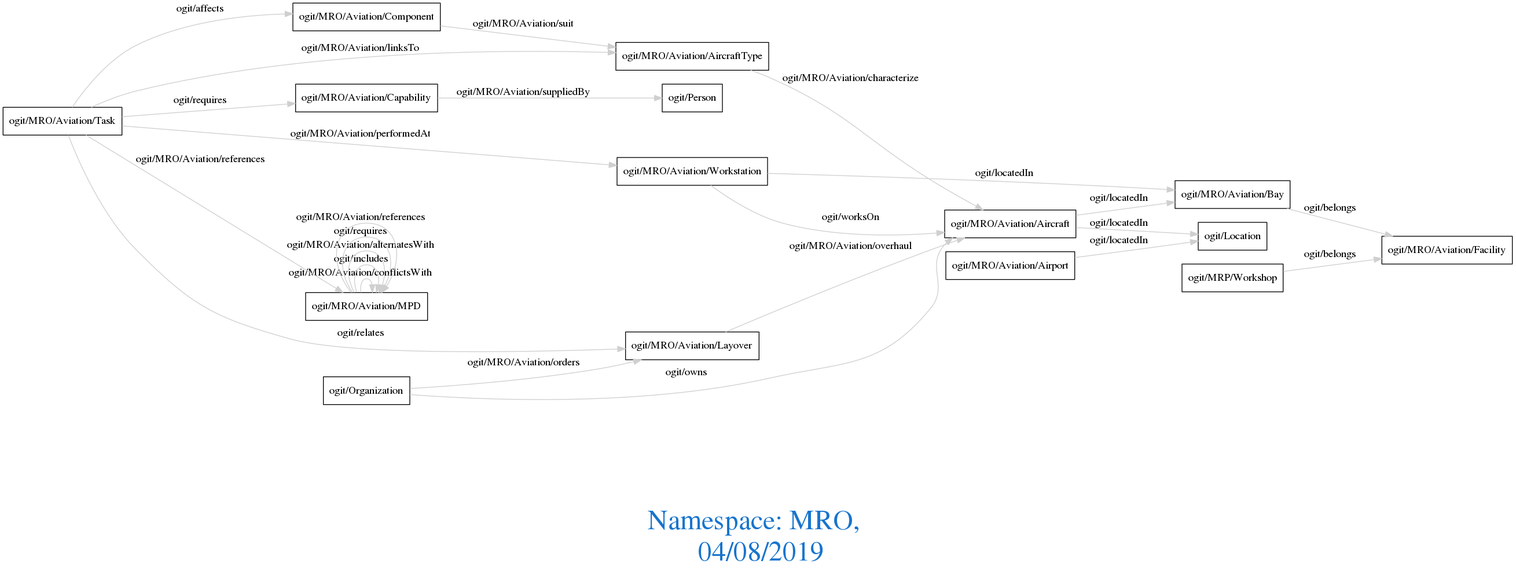
arago/OGIT keeps this Graphviz diagram as downloads/MRO.png. Above is the earlier version. Its source is kept beside it as downloads/MRO.dot. Source of this version:
```dot
digraph OGIT_ontology {
 graph [ rankdir= LR,fontsize = 36,
fontcolor= dodgerblue3,label = "\n\n\nNamespace: MRO, \n 04/08/2019"];
node[shape=polygon];
edge [  color="gray81"];

   "ogit/MRO/Aviation/MPD" -> "ogit/MRO/Aviation/MPD" [label="ogit/MRO/Aviation/conflictsWith    "];
   "ogit/MRO/Aviation/Capability" -> "ogit/Person" [label="ogit/MRO/Aviation/suppliedBy    "];
   "ogit/MRO/Aviation/Workstation" -> "ogit/MRO/Aviation/Aircraft" [label="ogit/worksOn    "];
   "ogit/MRO/Aviation/Task" -> "ogit/MRO/Aviation/AircraftType" [label="ogit/MRO/Aviation/linksTo    "];
   "ogit/MRO/Aviation/MPD" -> "ogit/MRO/Aviation/MPD" [label="ogit/includes    "];
   "ogit/MRO/Aviation/Layover" -> "ogit/MRO/Aviation/Aircraft" [label="ogit/MRO/Aviation/overhaul    "];
   "ogit/MRO/Aviation/MPD" -> "ogit/MRO/Aviation/MPD" [label="ogit/MRO/Aviation/alternatesWith    "];
   "ogit/MRO/Aviation/Aircraft" -> "ogit/Location" [label="ogit/locatedIn    "];
   "ogit/MRO/Aviation/Aircraft" -> "ogit/MRO/Aviation/Bay" [label="ogit/locatedIn    "];
   "ogit/MRO/Aviation/Airport" -> "ogit/Location" [label="ogit/locatedIn    "];
   "ogit/MRO/Aviation/Workstation" -> "ogit/MRO/Aviation/Bay" [label="ogit/locatedIn    "];
   "ogit/MRO/Aviation/Task" -> "ogit/MRO/Aviation/Component" [label="ogit/affects    "];
   "ogit/MRO/Aviation/AircraftType" -> "ogit/MRO/Aviation/Aircraft" [label="ogit/MRO/Aviation/characterize    "];
   "ogit/MRO/Aviation/MPD" -> "ogit/MRO/Aviation/MPD" [label="ogit/requires    "];
   "ogit/MRO/Aviation/Task" -> "ogit/MRO/Aviation/Capability" [label="ogit/requires    "];
   "ogit/Organization" -> "ogit/MRO/Aviation/Aircraft" [label="ogit/owns    "];
   "ogit/MRO/Aviation/Task" -> "ogit/MRO/Aviation/Workstation" [label="ogit/MRO/Aviation/performedAt    "];
   "ogit/MRO/Aviation/Bay" -> "ogit/MRO/Aviation/Facility" [label="ogit/belongs    "];
   "ogit/MRP/Workshop" -> "ogit/MRO/Aviation/Facility" [label="ogit/belongs    "];
   "ogit/MRO/Aviation/MPD" -> "ogit/MRO/Aviation/MPD" [label="ogit/MRO/Aviation/references    "];
   "ogit/MRO/Aviation/Task" -> "ogit/MRO/Aviation/MPD" [label="ogit/MRO/Aviation/references    "];
   "ogit/MRO/Aviation/Component" -> "ogit/MRO/Aviation/AircraftType" [label="ogit/MRO/Aviation/suit    "];
   "ogit/MRO/Aviation/Task" -> "ogit/MRO/Aviation/Layover" [label="ogit/relates    "];
   "ogit/Organization" -> "ogit/MRO/Aviation/Layover" [label="ogit/MRO/Aviation/orders    "];
}
```
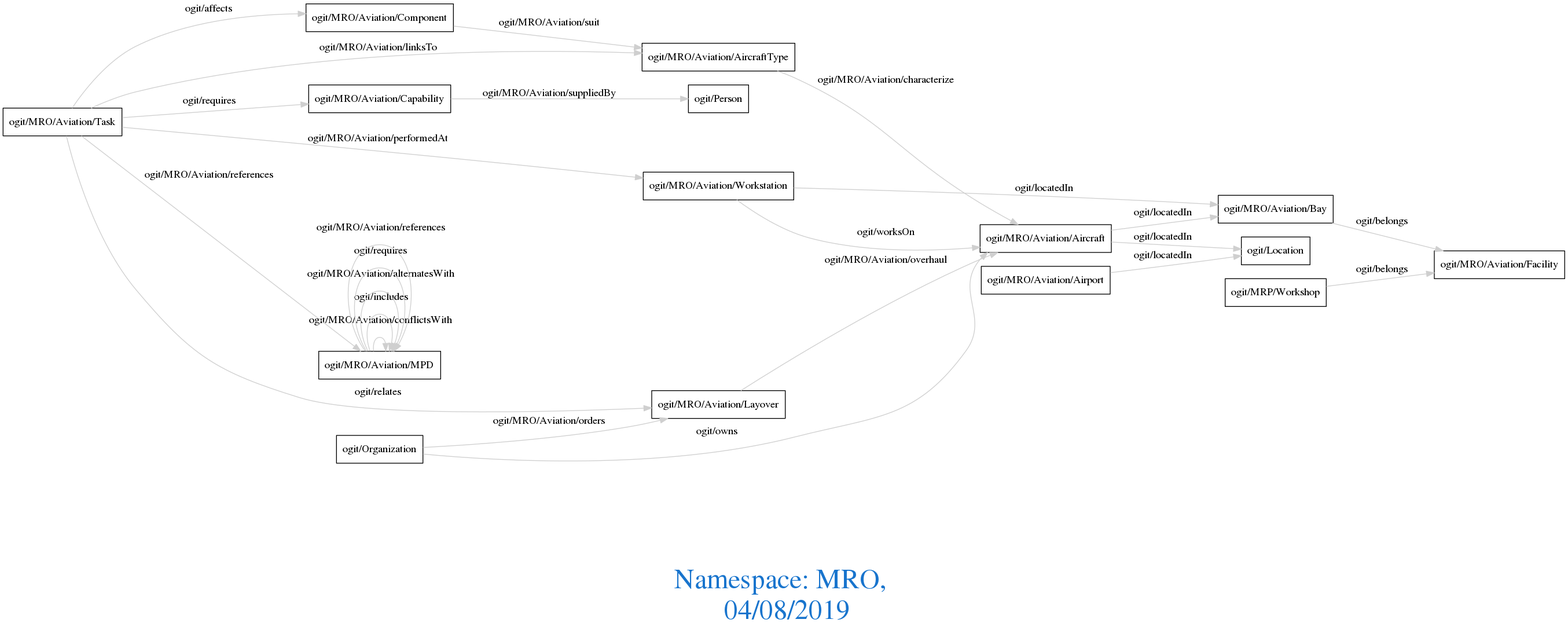
After the commit.

The edit, as a diff of the source:
```diff
@@ -1,31 +1,37 @@
 digraph OGIT_ontology {
- graph [ rankdir= LR,fontsize = 36,
+ graph [ rankdir= LR,compound=true
+fontsize = 36,
 fontcolor= dodgerblue3,label = "\n\n\nNamespace: MRO, \n 04/08/2019"];
 node[shape=polygon];
 edge [  color="gray81"];
 
-   "ogit/MRO/Aviation/MPD" -> "ogit/MRO/Aviation/MPD" [label="ogit/MRO/Aviation/conflictsWith    "];
-   "ogit/MRO/Aviation/Capability" -> "ogit/Person" [label="ogit/MRO/Aviation/suppliedBy    "];
-   "ogit/MRO/Aviation/Workstation" -> "ogit/MRO/Aviation/Aircraft" [label="ogit/worksOn    "];
-   "ogit/MRO/Aviation/Task" -> "ogit/MRO/Aviation/AircraftType" [label="ogit/MRO/Aviation/linksTo    "];
-   "ogit/MRO/Aviation/MPD" -> "ogit/MRO/Aviation/MPD" [label="ogit/includes    "];
-   "ogit/MRO/Aviation/Layover" -> "ogit/MRO/Aviation/Aircraft" [label="ogit/MRO/Aviation/overhaul    "];
-   "ogit/MRO/Aviation/MPD" -> "ogit/MRO/Aviation/MPD" [label="ogit/MRO/Aviation/alternatesWith    "];
-   "ogit/MRO/Aviation/Aircraft" -> "ogit/Location" [label="ogit/locatedIn    "];
-   "ogit/MRO/Aviation/Aircraft" -> "ogit/MRO/Aviation/Bay" [label="ogit/locatedIn    "];
-   "ogit/MRO/Aviation/Airport" -> "ogit/Location" [label="ogit/locatedIn    "];
-   "ogit/MRO/Aviation/Workstation" -> "ogit/MRO/Aviation/Bay" [label="ogit/locatedIn    "];
-   "ogit/MRO/Aviation/Task" -> "ogit/MRO/Aviation/Component" [label="ogit/affects    "];
-   "ogit/MRO/Aviation/AircraftType" -> "ogit/MRO/Aviation/Aircraft" [label="ogit/MRO/Aviation/characterize    "];
-   "ogit/MRO/Aviation/MPD" -> "ogit/MRO/Aviation/MPD" [label="ogit/requires    "];
-   "ogit/MRO/Aviation/Task" -> "ogit/MRO/Aviation/Capability" [label="ogit/requires    "];
-   "ogit/Organization" -> "ogit/MRO/Aviation/Aircraft" [label="ogit/owns    "];
-   "ogit/MRO/Aviation/Task" -> "ogit/MRO/Aviation/Workstation" [label="ogit/MRO/Aviation/performedAt    "];
-   "ogit/MRO/Aviation/Bay" -> "ogit/MRO/Aviation/Facility" [label="ogit/belongs    "];
-   "ogit/MRP/Workshop" -> "ogit/MRO/Aviation/Facility" [label="ogit/belongs    "];
-   "ogit/MRO/Aviation/MPD" -> "ogit/MRO/Aviation/MPD" [label="ogit/MRO/Aviation/references    "];
-   "ogit/MRO/Aviation/Task" -> "ogit/MRO/Aviation/MPD" [label="ogit/MRO/Aviation/references    "];
-   "ogit/MRO/Aviation/Component" -> "ogit/MRO/Aviation/AircraftType" [label="ogit/MRO/Aviation/suit    "];
-   "ogit/MRO/Aviation/Task" -> "ogit/MRO/Aviation/Layover" [label="ogit/relates    "];
-   "ogit/Organization" -> "ogit/MRO/Aviation/Layover" [label="ogit/MRO/Aviation/orders    "];
+   "ogit/MRO/Aviation/MPD" -> "ogit/MRO/Aviation/MPD" [label="   ogit/MRO/Aviation/conflictsWith
+  "];
+   "ogit/MRO/Aviation/Capability" -> "ogit/Person" [label="   ogit/MRO/Aviation/suppliedBy    "];
+   "ogit/MRO/Aviation/Workstation" -> "ogit/MRO/Aviation/Aircraft" [label="   ogit/worksOn    "];
+   "ogit/MRO/Aviation/Task" -> "ogit/MRO/Aviation/AircraftType" [label="   ogit/MRO/Aviation/linksTo    "];
+   "ogit/MRO/Aviation/MPD" -> "ogit/MRO/Aviation/MPD" [label="   ogit/includes
+  "];
+   "ogit/MRO/Aviation/Layover" -> "ogit/MRO/Aviation/Aircraft" [label="   ogit/MRO/Aviation/overhaul    "];
+   "ogit/MRO/Aviation/MPD" -> "ogit/MRO/Aviation/MPD" [label="   ogit/MRO/Aviation/alternatesWith
+  "];
+   "ogit/MRO/Aviation/Aircraft" -> "ogit/Location" [label="   ogit/locatedIn    "];
+   "ogit/MRO/Aviation/Aircraft" -> "ogit/MRO/Aviation/Bay" [label="   ogit/locatedIn    "];
+   "ogit/MRO/Aviation/Airport" -> "ogit/Location" [label="   ogit/locatedIn    "];
+   "ogit/MRO/Aviation/Workstation" -> "ogit/MRO/Aviation/Bay" [label="   ogit/locatedIn    "];
+   "ogit/MRO/Aviation/Task" -> "ogit/MRO/Aviation/Component" [label="   ogit/affects    "];
+   "ogit/MRO/Aviation/AircraftType" -> "ogit/MRO/Aviation/Aircraft" [label="   ogit/MRO/Aviation/characterize    "];
+   "ogit/MRO/Aviation/MPD" -> "ogit/MRO/Aviation/MPD" [label="   ogit/requires
+  "];
+   "ogit/MRO/Aviation/Task" -> "ogit/MRO/Aviation/Capability" [label="   ogit/requires    "];
+   "ogit/Organization" -> "ogit/MRO/Aviation/Aircraft" [label="   ogit/owns    "];
+   "ogit/MRO/Aviation/Task" -> "ogit/MRO/Aviation/Workstation" [label="   ogit/MRO/Aviation/performedAt    "];
+   "ogit/MRO/Aviation/Bay" -> "ogit/MRO/Aviation/Facility" [label="   ogit/belongs    "];
+   "ogit/MRP/Workshop" -> "ogit/MRO/Aviation/Facility" [label="   ogit/belongs    "];
+   "ogit/MRO/Aviation/MPD" -> "ogit/MRO/Aviation/MPD" [label="   ogit/MRO/Aviation/references
+  "];
+   "ogit/MRO/Aviation/Task" -> "ogit/MRO/Aviation/MPD" [label="   ogit/MRO/Aviation/references    "];
+   "ogit/MRO/Aviation/Component" -> "ogit/MRO/Aviation/AircraftType" [label="   ogit/MRO/Aviation/suit    "];
+   "ogit/MRO/Aviation/Task" -> "ogit/MRO/Aviation/Layover" [label="   ogit/relates    "];
+   "ogit/Organization" -> "ogit/MRO/Aviation/Layover" [label="   ogit/MRO/Aviation/orders    "];
 }
```
